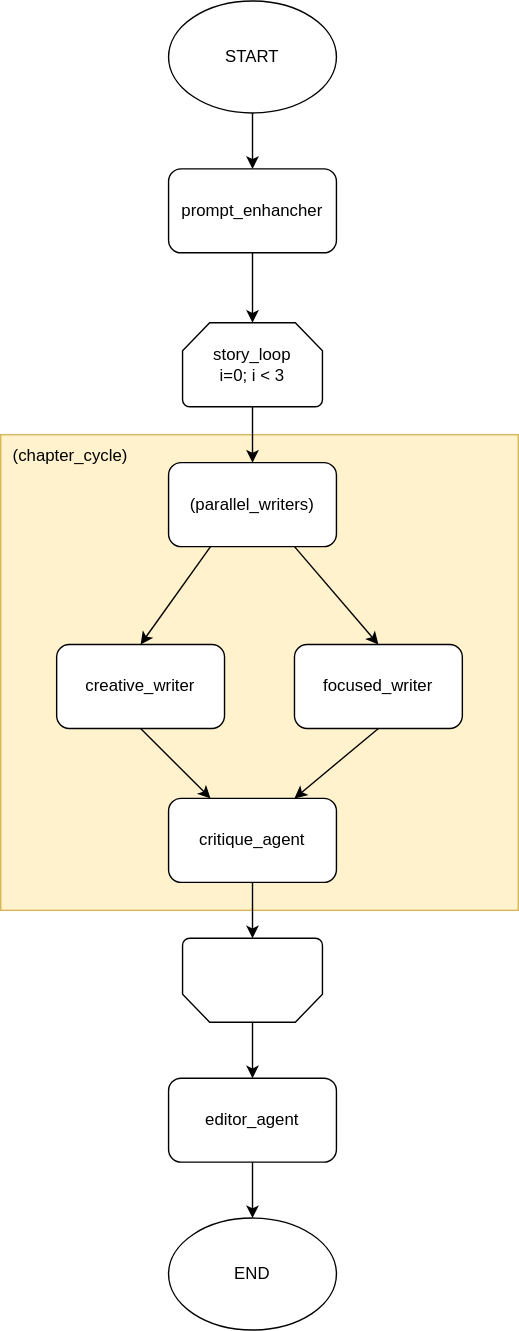
tamago324/adk_sample_story_teller keeps this draw.io diagram as docs/story_workflow.svg. Above is the earlier version. Source tidied: cells renumbered, new cells last; positions are measured from the earlier drawing's top-left corner, leaving out a move shared by most shapes.
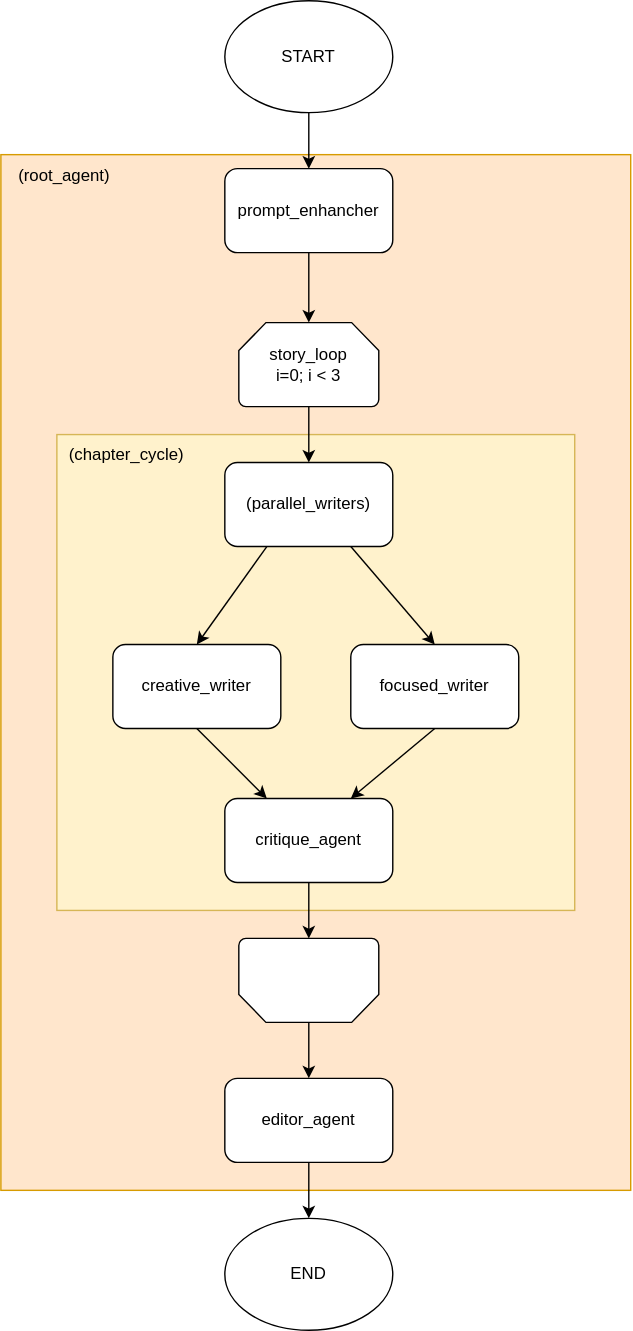
Later version of the same file.

Change to the diagram source:
```diff
@@ -2,6 +2,9 @@
   <root>
     <mxCell id="0" />
     <mxCell id="1" parent="0" />
+    <mxCell id="24" style="rounded=0;whiteSpace=wrap;html=1;fillColor=#ffe6cc;strokeColor=#d79b00;" parent="1" vertex="1">
+      <mxGeometry x="-40" y="110" width="450" height="740" as="geometry" />
+    </mxCell>
     <mxCell id="2" style="rounded=0;whiteSpace=wrap;html=1;fillColor=#fff2cc;strokeColor=#d6b656;" parent="1" vertex="1">
       <mxGeometry y="310" width="370" height="340" as="geometry" />
     </mxCell>
@@ -68,5 +71,8 @@
     <mxCell id="23" value="START" style="ellipse;whiteSpace=wrap;html=1;" parent="1" vertex="1">
       <mxGeometry x="120" width="120" height="80" as="geometry" />
     </mxCell>
+    <mxCell id="25" value="(root_agent)" style="text;html=1;align=center;verticalAlign=middle;strokeColor=none;fillColor=none;" parent="1" vertex="1">
+      <mxGeometry x="-40" y="110" width="90" height="30" as="geometry" />
+    </mxCell>
   </root>
 </mxGraphModel>
```
